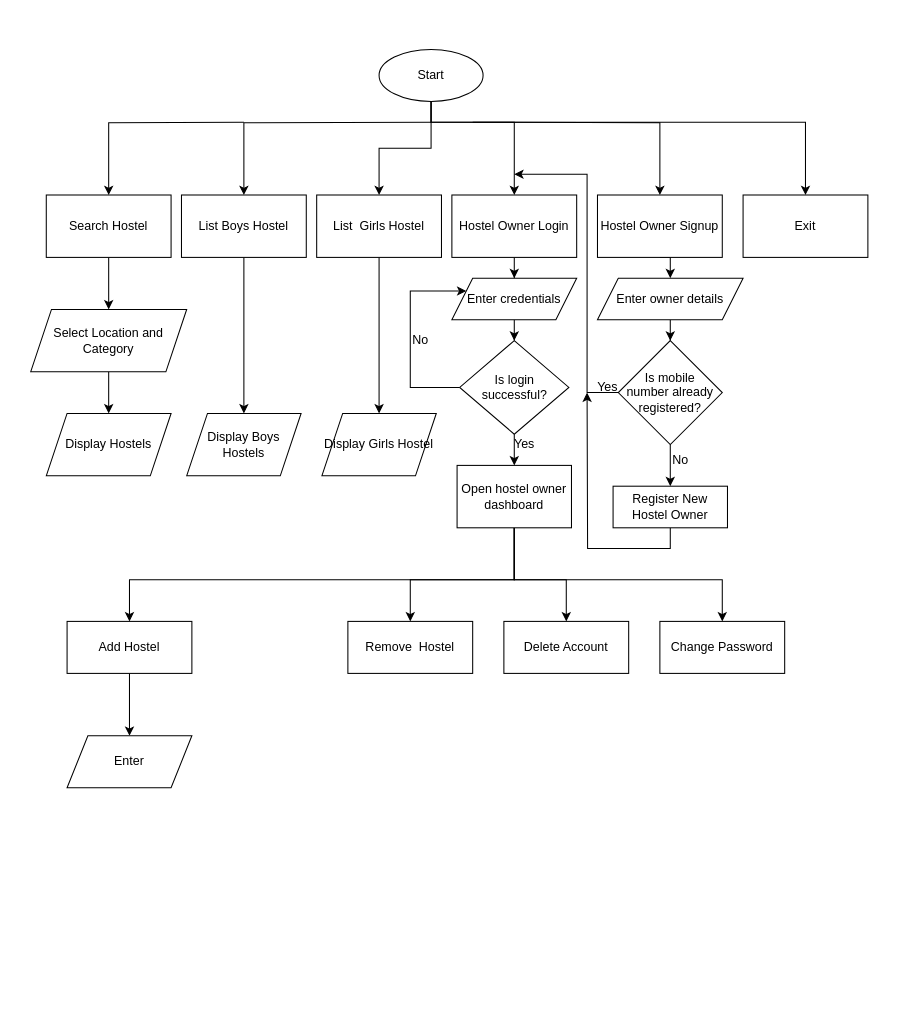
Before: Untitled Diagram.drawio in dura-garage/hostelfinder, a draw.io diagram. Source tidied: cells renumbered, new cells numbered last; positions are measured from the earlier drawing's top-left corner, leaving out a move shared by most shapes. Both pictures are drawn from the tidied source at 104%, with x=0, y=0 at pixel (30, 49).
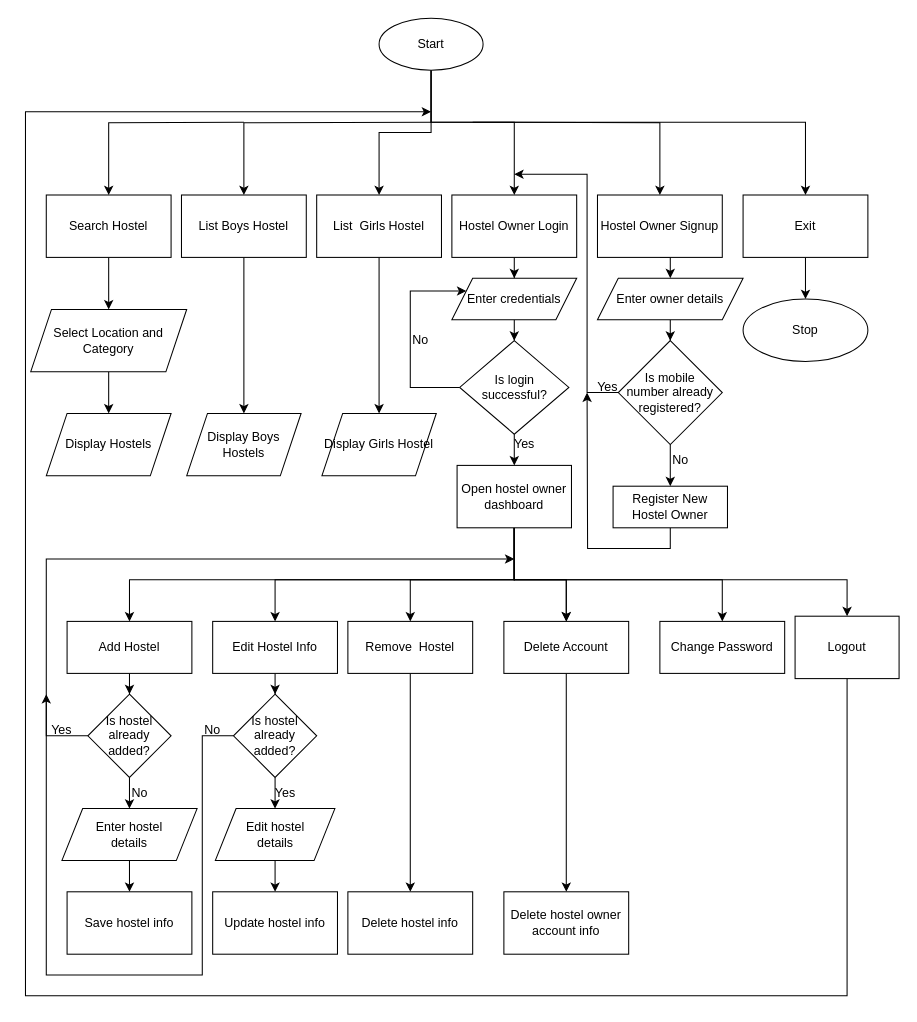
After the change.

Unchanged cells that the change refers to:
```xml
<mxCell id="19" value="Exit" style="whiteSpace=wrap;html=1;" parent="1" vertex="1">
  <mxGeometry x="685" y="140" width="120" height="60" as="geometry" />
</mxCell>
<mxCell id="34" value="Open hostel owner dashboard" style="whiteSpace=wrap;html=1;" parent="1" vertex="1">
  <mxGeometry x="410" y="400" width="110" height="60" as="geometry" />
</mxCell>
<mxCell id="46" value="Remove&amp;nbsp; Hostel" style="whiteSpace=wrap;html=1;" parent="1" vertex="1">
  <mxGeometry x="305" y="550" width="120" height="50" as="geometry" />
</mxCell>
<mxCell id="48" value="Add Hostel" style="whiteSpace=wrap;html=1;" parent="1" vertex="1">
  <mxGeometry x="35" y="550" width="120" height="50" as="geometry" />
</mxCell>
<mxCell id="49" value="Delete Account" style="whiteSpace=wrap;html=1;" parent="1" vertex="1">
  <mxGeometry x="455" y="550" width="120" height="50" as="geometry" />
</mxCell>
```

Change to the diagram source:
```diff
@@
     <mxCell id="8" value="Start" style="ellipse;whiteSpace=wrap;html=1;" parent="1" vertex="1">
-      <mxGeometry x="335" width="100" height="50" as="geometry" />
+      <mxGeometry x="335" y="-30" width="100" height="50" as="geometry" />
     </mxCell>
@@
+    <mxCell id="52" style="edgeStyle=orthogonalEdgeStyle;rounded=0;jettySize=auto;html=1;" parent="1" edge="1" source="19" target="80">
+      <mxGeometry relative="1" as="geometry" />
+    </mxCell>
@@
+    <mxCell id="53" style="edgeStyle=orthogonalEdgeStyle;rounded=0;jettySize=auto;html=1;" parent="1" edge="1" source="34" target="62">
+      <mxGeometry relative="1" as="geometry">
+        <Array as="points">
+          <mxPoint x="465" y="510" />
+          <mxPoint x="235" y="510" />
+        </Array>
+      </mxGeometry>
+    </mxCell>
+    <mxCell id="54" style="edgeStyle=orthogonalEdgeStyle;rounded=0;jettySize=auto;html=1;" parent="1" edge="1" source="34" target="49">
+      <mxGeometry relative="1" as="geometry">
+        <Array as="points">
+          <mxPoint x="465" y="510" />
+          <mxPoint x="515" y="510" />
+        </Array>
+      </mxGeometry>
+    </mxCell>
+    <mxCell id="55" style="edgeStyle=orthogonalEdgeStyle;rounded=0;jettySize=auto;html=1;" parent="1" edge="1" source="34" target="79">
+      <mxGeometry relative="1" as="geometry">
+        <Array as="points">
+          <mxPoint x="465" y="510" />
+          <mxPoint x="785" y="510" />
+        </Array>
+      </mxGeometry>
+    </mxCell>
@@
+    <mxCell id="56" style="edgeStyle=orthogonalEdgeStyle;rounded=0;jettySize=auto;html=1;" parent="1" edge="1" source="46" target="76">
+      <mxGeometry relative="1" as="geometry" />
+    </mxCell>
@@
-    <mxCell id="47" style="edgeStyle=orthogonalEdgeStyle;rounded=0;jettySize=auto;html=1;" parent="1" edge="1" source="48" target="51">
-      <mxGeometry relative="1" as="geometry" />
-    </mxCell>
+    <mxCell id="57" style="edgeStyle=orthogonalEdgeStyle;rounded=0;jettySize=auto;html=1;" parent="1" edge="1" source="48" target="65">
+      <mxGeometry relative="1" as="geometry" />
+    </mxCell>
@@
+    <mxCell id="58" style="edgeStyle=orthogonalEdgeStyle;rounded=0;jettySize=auto;html=1;" parent="1" edge="1" source="49" target="77">
+      <mxGeometry relative="1" as="geometry" />
+    </mxCell>
@@
+    <mxCell id="59" style="edgeStyle=orthogonalEdgeStyle;rounded=0;jettySize=auto;html=1;" parent="1" edge="1" source="51" target="60">
+      <mxGeometry relative="1" as="geometry" />
+    </mxCell>
-    <mxCell id="51" value="Enter" style="shape=parallelogram;perimeter=parallelogramPerimeter;whiteSpace=wrap;html=1;fixedSize=1;" parent="1" vertex="1">
-      <mxGeometry x="35" y="660" width="120" height="50" as="geometry" />
+    <mxCell id="51" value="Enter hostel &lt;br&gt;details" style="shape=parallelogram;perimeter=parallelogramPerimeter;whiteSpace=wrap;html=1;fixedSize=1;" parent="1" vertex="1">
+      <mxGeometry x="30" y="730" width="130" height="50" as="geometry" />
     </mxCell>
+    <mxCell id="60" value="Save hostel info" style="whiteSpace=wrap;html=1;" parent="1" vertex="1">
+      <mxGeometry x="35" y="810" width="120" height="60" as="geometry" />
+    </mxCell>
+    <mxCell id="61" style="edgeStyle=orthogonalEdgeStyle;rounded=0;jettySize=auto;html=1;" parent="1" edge="1" source="62" target="70">
+      <mxGeometry relative="1" as="geometry" />
+    </mxCell>
+    <mxCell id="62" value="Edit Hostel Info" style="whiteSpace=wrap;html=1;" parent="1" vertex="1">
+      <mxGeometry x="175" y="550" width="120" height="50" as="geometry" />
+    </mxCell>
+    <mxCell id="63" style="edgeStyle=orthogonalEdgeStyle;rounded=0;jettySize=auto;html=1;entryX=0.5;entryY=0;entryDx=0;entryDy=0;" parent="1" edge="1" source="65" target="51">
+      <mxGeometry relative="1" as="geometry" />
+    </mxCell>
+    <mxCell id="64" style="edgeStyle=orthogonalEdgeStyle;rounded=0;jettySize=auto;html=1;" parent="1" edge="1" source="65">
+      <mxGeometry relative="1" as="geometry">
+        <mxPoint x="465" y="490" as="targetPoint" />
+        <Array as="points">
+          <mxPoint x="15" y="660" />
+          <mxPoint x="15" y="490" />
+        </Array>
+      </mxGeometry>
+    </mxCell>
+    <mxCell id="65" value="Is hostel already added?" style="rhombus;whiteSpace=wrap;html=1;" parent="1" vertex="1">
+      <mxGeometry x="55" y="620" width="80" height="80" as="geometry" />
+    </mxCell>
+    <mxCell id="66" value="No" style="text;html=1;strokeColor=none;fillColor=none;align=center;verticalAlign=middle;whiteSpace=wrap;rounded=0;" parent="1" vertex="1">
+      <mxGeometry x="75" y="700" width="60" height="30" as="geometry" />
+    </mxCell>
+    <mxCell id="67" value="Yes" style="text;html=1;strokeColor=none;fillColor=none;align=center;verticalAlign=middle;whiteSpace=wrap;rounded=0;" parent="1" vertex="1">
+      <mxGeometry y="640" width="60" height="30" as="geometry" />
+    </mxCell>
+    <mxCell id="68" style="edgeStyle=orthogonalEdgeStyle;rounded=0;jettySize=auto;html=1;entryX=0.5;entryY=0;entryDx=0;entryDy=0;" parent="1" edge="1" source="70" target="72">
+      <mxGeometry relative="1" as="geometry" />
+    </mxCell>
+    <mxCell id="69" style="edgeStyle=orthogonalEdgeStyle;rounded=0;jettySize=auto;html=1;exitX=0;exitY=0.5;exitDx=0;exitDy=0;" parent="1" edge="1" source="70">
+      <mxGeometry relative="1" as="geometry">
+        <mxPoint x="15" y="620" as="targetPoint" />
+        <Array as="points">
+          <mxPoint x="165" y="660" />
+          <mxPoint x="165" y="890" />
+          <mxPoint x="15" y="890" />
+        </Array>
+      </mxGeometry>
+    </mxCell>
+    <mxCell id="70" value="Is hostel already added?" style="rhombus;whiteSpace=wrap;html=1;" parent="1" vertex="1">
+      <mxGeometry x="195" y="620" width="80" height="80" as="geometry" />
+    </mxCell>
+    <mxCell id="71" style="edgeStyle=orthogonalEdgeStyle;rounded=0;jettySize=auto;html=1;" parent="1" edge="1" source="72" target="75">
+      <mxGeometry relative="1" as="geometry" />
+    </mxCell>
+    <mxCell id="72" value="Edit hostel &lt;br&gt;details" style="shape=parallelogram;perimeter=parallelogramPerimeter;whiteSpace=wrap;html=1;fixedSize=1;" parent="1" vertex="1">
+      <mxGeometry x="177.5" y="730" width="115" height="50" as="geometry" />
+    </mxCell>
+    <mxCell id="73" value="Yes" style="text;html=1;strokeColor=none;fillColor=none;align=center;verticalAlign=middle;whiteSpace=wrap;rounded=0;" parent="1" vertex="1">
+      <mxGeometry x="215" y="700" width="60" height="30" as="geometry" />
+    </mxCell>
+    <mxCell id="74" value="No" style="text;html=1;strokeColor=none;fillColor=none;align=center;verticalAlign=middle;whiteSpace=wrap;rounded=0;" parent="1" vertex="1">
+      <mxGeometry x="145" y="640" width="60" height="30" as="geometry" />
+    </mxCell>
+    <mxCell id="75" value="Update hostel info" style="whiteSpace=wrap;html=1;" parent="1" vertex="1">
+      <mxGeometry x="175" y="810" width="120" height="60" as="geometry" />
+    </mxCell>
+    <mxCell id="76" value="Delete hostel info" style="whiteSpace=wrap;html=1;" parent="1" vertex="1">
+      <mxGeometry x="305" y="810" width="120" height="60" as="geometry" />
+    </mxCell>
+    <mxCell id="77" value="Delete hostel owner account info" style="whiteSpace=wrap;html=1;" parent="1" vertex="1">
+      <mxGeometry x="455" y="810" width="120" height="60" as="geometry" />
+    </mxCell>
+    <mxCell id="78" style="edgeStyle=orthogonalEdgeStyle;rounded=0;jettySize=auto;html=1;exitX=0.5;exitY=1;exitDx=0;exitDy=0;" parent="1" edge="1" source="79">
+      <mxGeometry relative="1" as="geometry">
+        <mxPoint x="385" y="60" as="targetPoint" />
+        <Array as="points">
+          <mxPoint x="785" y="910" />
+          <mxPoint x="-5" y="910" />
+          <mxPoint x="-5" y="60" />
+        </Array>
+      </mxGeometry>
+    </mxCell>
+    <mxCell id="79" value="Logout" style="whiteSpace=wrap;html=1;" parent="1" vertex="1">
+      <mxGeometry x="735" y="545" width="100" height="60" as="geometry" />
+    </mxCell>
+    <mxCell id="80" value="Stop" style="ellipse;whiteSpace=wrap;html=1;" parent="1" vertex="1">
+      <mxGeometry x="685" y="240" width="120" height="60" as="geometry" />
+    </mxCell>
```
